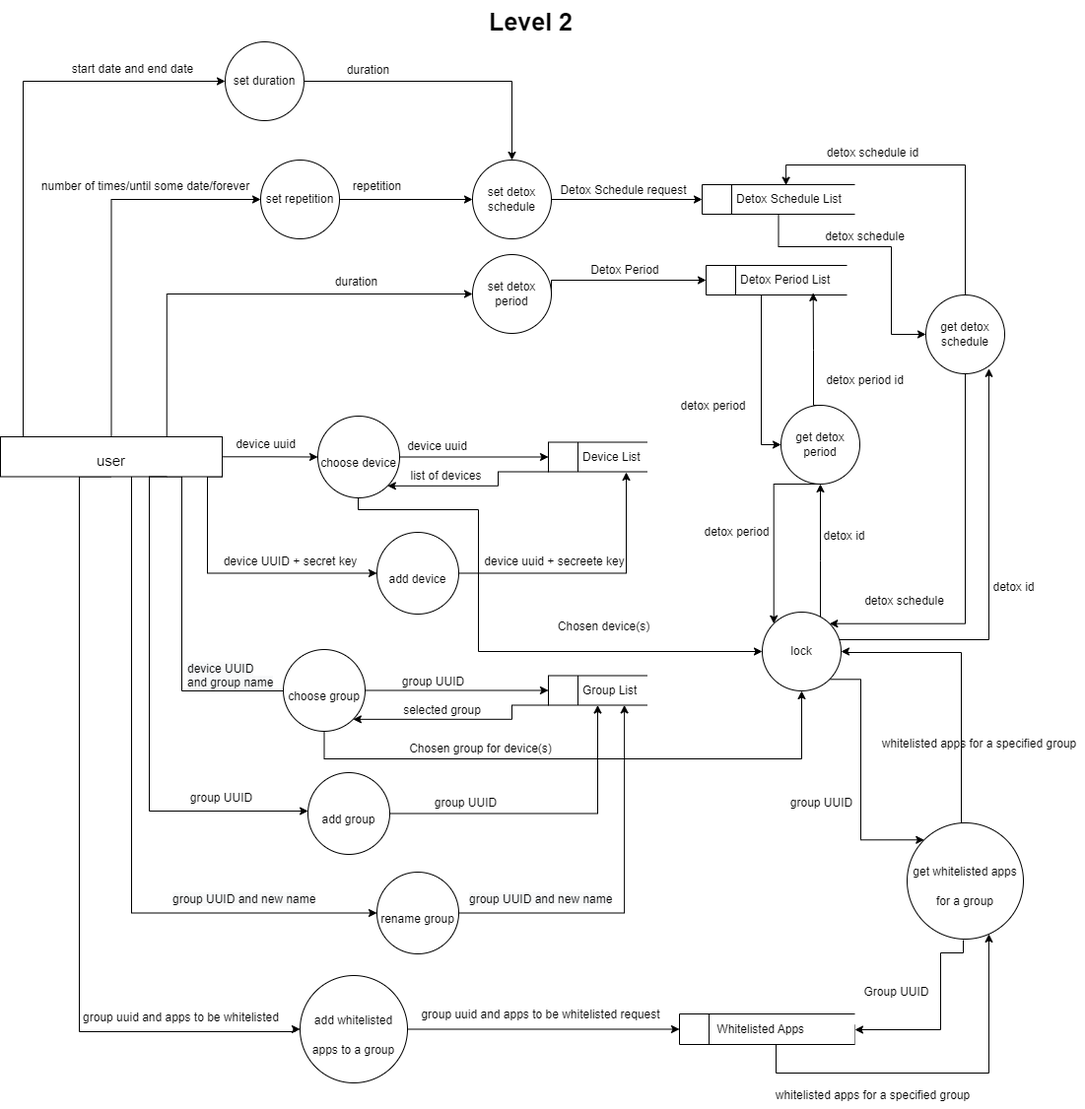
mohamed-sallam/awb-docs keeps this draw.io diagram as SRS/imgs/DFD-Data Flow Diagram level 2.drawio.png. Above is the earlier version. Source tidied: cells renumbered, new cells last; positions are measured from the earlier drawing's top-left corner, leaving out a move shared by most shapes.
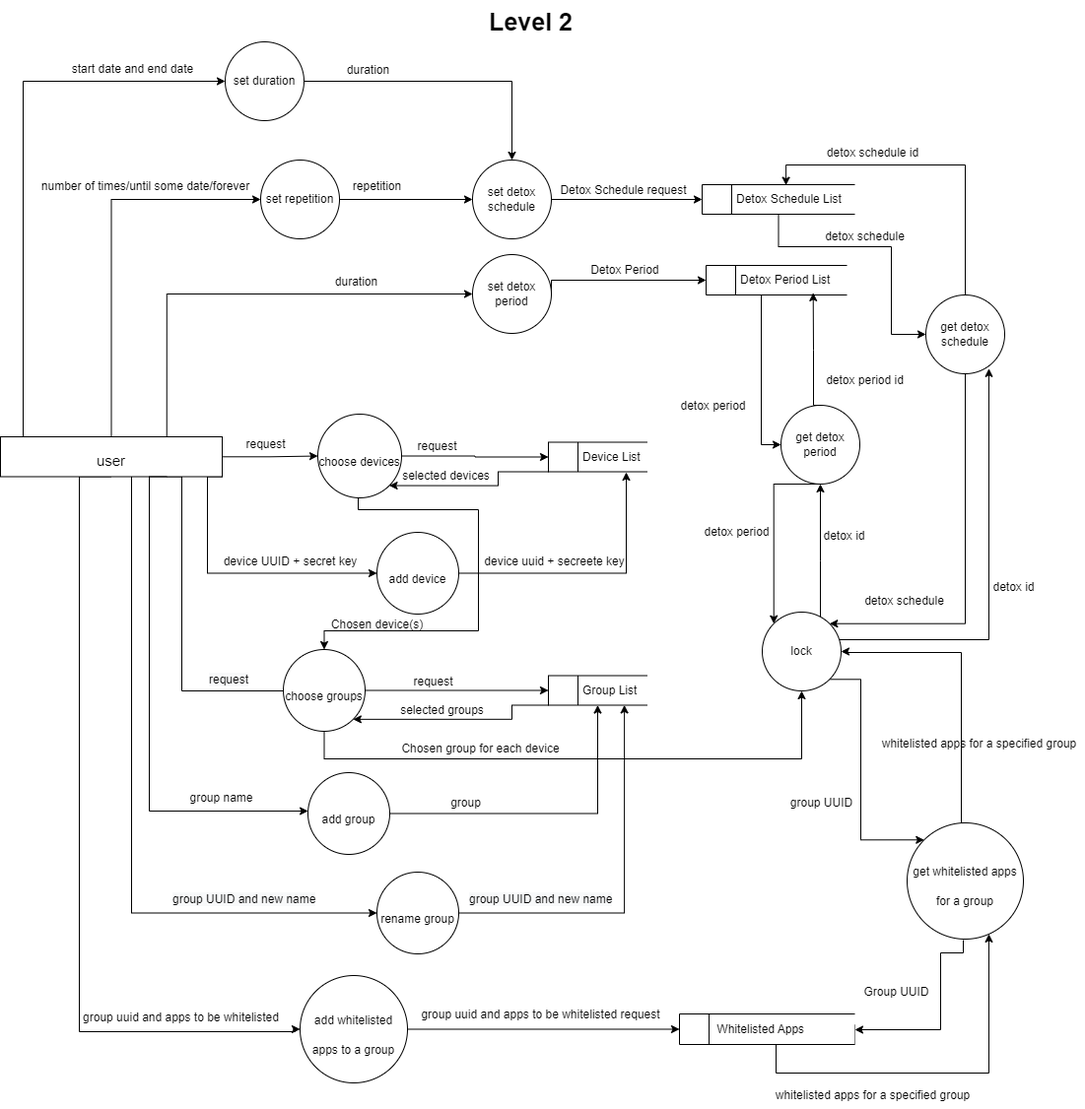
Above is the later version.

Commit message:
srs/diagram/39/refactor_data_flow_diagram: final edit

What changed in the source:
```diff
@@ -5,19 +5,20 @@
     <mxCell id="2" style="edgeStyle=orthogonalEdgeStyle;rounded=0;jettySize=auto;html=1;fontSize=12;" parent="1" edge="1" source="4" target="16">
       <mxGeometry relative="1" as="geometry" />
     </mxCell>
-    <mxCell id="3" style="edgeStyle=orthogonalEdgeStyle;rounded=0;jettySize=auto;html=1;exitX=0;exitY=1;exitDx=0;exitDy=0;entryX=0;entryY=0.5;entryDx=0;entryDy=0;fontSize=12;" parent="1" edge="1" target="45">
+    <mxCell id="3" style="edgeStyle=orthogonalEdgeStyle;rounded=0;jettySize=auto;html=1;exitX=0;exitY=1;exitDx=0;exitDy=0;entryX=0.5;entryY=0;entryDx=0;entryDy=0;fontSize=12;" parent="1" edge="1" target="28">
       <mxGeometry relative="1" as="geometry">
         <mxPoint x="337.2" y="492.8" as="sourcePoint" />
         <Array as="points">
           <mxPoint x="363" y="493" />
           <mxPoint x="363" y="517" />
           <mxPoint x="485" y="517" />
-          <mxPoint x="485" y="661" />
+          <mxPoint x="485" y="640" />
+          <mxPoint x="328" y="640" />
         </Array>
       </mxGeometry>
     </mxCell>
-    <mxCell id="4" value="&lt;span style=&quot;font-size: 12px;&quot;&gt;choose device&lt;/span&gt;" style="ellipse;whiteSpace=wrap;html=1;fontSize=25;align=center;" parent="1" vertex="1">
-      <mxGeometry x="322" y="422" width="83" height="83" as="geometry" />
+    <mxCell id="4" value="&lt;span style=&quot;font-size: 12px;&quot;&gt;choose devices&lt;/span&gt;" style="ellipse;whiteSpace=wrap;html=1;fontSize=25;align=center;" parent="1" vertex="1">
+      <mxGeometry x="322" y="420" width="85" height="85" as="geometry" />
     </mxCell>
     <mxCell id="5" style="edgeStyle=orthogonalEdgeStyle;rounded=0;jettySize=auto;html=1;fontSize=12;" parent="1" edge="1" source="13" target="4">
       <mxGeometry relative="1" as="geometry" />
@@ -73,8 +74,8 @@
     <mxCell id="13" value="&lt;font style=&quot;font-size: 15px;&quot;&gt;user&lt;/font&gt;" style="rounded=0;whiteSpace=wrap;html=1;fontSize=25;" parent="1" vertex="1">
       <mxGeometry y="443" width="225" height="40.5" as="geometry" />
     </mxCell>
-    <mxCell id="14" value="device uuid" style="text;html=1;align=center;verticalAlign=middle;strokeColor=none;fillColor=none;fontSize=12;" parent="1" vertex="1">
-      <mxGeometry x="229" y="438" width="79" height="26" as="geometry" />
+    <mxCell id="14" value="request" style="text;html=1;align=center;verticalAlign=middle;strokeColor=none;fillColor=none;fontSize=12;" parent="1" vertex="1">
+      <mxGeometry x="239" y="436" width="60" height="30" as="geometry" />
     </mxCell>
     <mxCell id="15" style="edgeStyle=orthogonalEdgeStyle;rounded=0;jettySize=auto;html=1;exitX=0;exitY=1;exitDx=0;exitDy=0;entryX=1;entryY=1;entryDx=0;entryDy=0;fontSize=12;" parent="1" edge="1" source="16" target="4">
       <mxGeometry relative="1" as="geometry">
@@ -87,11 +88,11 @@
     <mxCell id="16" value="&lt;span style=&quot;white-space: pre;&quot;&gt;&#9;&lt;/span&gt;&amp;nbsp;Device List" style="html=1;dashed=0;whitespace=wrap;shape=mxgraph.dfd.dataStoreID;align=left;spacingLeft=3;points=[[0,0],[0.5,0],[1,0],[0,0.5],[1,0.5],[0,1],[0.5,1],[1,1]];fontSize=12;" parent="1" vertex="1">
       <mxGeometry x="556" y="448.5" width="100" height="30" as="geometry" />
     </mxCell>
-    <mxCell id="17" value="device uuid" style="text;html=1;align=center;verticalAlign=middle;strokeColor=none;fillColor=none;fontSize=12;" parent="1" vertex="1">
-      <mxGeometry x="403" y="440" width="79" height="26" as="geometry" />
+    <mxCell id="17" value="request" style="text;html=1;align=center;verticalAlign=middle;strokeColor=none;fillColor=none;fontSize=12;" parent="1" vertex="1">
+      <mxGeometry x="413" y="438" width="60" height="30" as="geometry" />
     </mxCell>
-    <mxCell id="18" value="list of devices" style="text;html=1;align=center;verticalAlign=middle;strokeColor=none;fillColor=none;fontSize=12;" parent="1" vertex="1">
-      <mxGeometry x="407" y="470" width="90" height="26" as="geometry" />
+    <mxCell id="18" value="selected devices" style="text;html=1;align=center;verticalAlign=middle;strokeColor=none;fillColor=none;fontSize=12;" parent="1" vertex="1">
+      <mxGeometry x="397" y="468" width="110" height="30" as="geometry" />
     </mxCell>
     <mxCell id="19" style="edgeStyle=orthogonalEdgeStyle;rounded=0;jettySize=auto;html=1;fontSize=12;" parent="1" edge="1" source="20" target="23">
       <mxGeometry relative="1" as="geometry" />
@@ -137,7 +138,7 @@
         </Array>
       </mxGeometry>
     </mxCell>
-    <mxCell id="28" value="&lt;span style=&quot;font-size: 12px;&quot;&gt;choose group&lt;/span&gt;" style="ellipse;whiteSpace=wrap;html=1;fontSize=25;align=center;" parent="1" vertex="1">
+    <mxCell id="28" value="&lt;span style=&quot;font-size: 12px;&quot;&gt;choose groups&lt;/span&gt;" style="ellipse;whiteSpace=wrap;html=1;fontSize=25;align=center;" parent="1" vertex="1">
       <mxGeometry x="287" y="659" width="83" height="83" as="geometry" />
     </mxCell>
     <mxCell id="29" style="edgeStyle=orthogonalEdgeStyle;rounded=0;jettySize=auto;html=1;exitX=0;exitY=1;exitDx=0;exitDy=0;entryX=1;entryY=1;entryDx=0;entryDy=0;fontSize=12;" parent="1" edge="1" source="30" target="28">
@@ -151,14 +152,14 @@
     <mxCell id="30" value="&lt;span style=&quot;white-space: pre;&quot;&gt;&#9;&lt;/span&gt;&amp;nbsp;Group List" style="html=1;dashed=0;whitespace=wrap;shape=mxgraph.dfd.dataStoreID;align=left;spacingLeft=3;points=[[0,0],[0.5,0],[1,0],[0,0.5],[1,0.5],[0,1],[0.5,1],[1,1]];fontSize=12;" parent="1" vertex="1">
       <mxGeometry x="556" y="685.5" width="100" height="30" as="geometry" />
     </mxCell>
-    <mxCell id="31" value="group UUID" style="text;html=1;align=center;verticalAlign=middle;strokeColor=none;fillColor=none;fontSize=12;" parent="1" vertex="1">
-      <mxGeometry x="398" y="679" width="81" height="26" as="geometry" />
+    <mxCell id="31" value="request" style="text;html=1;align=center;verticalAlign=middle;strokeColor=none;fillColor=none;fontSize=12;" parent="1" vertex="1">
+      <mxGeometry x="409" y="677" width="60" height="30" as="geometry" />
     </mxCell>
-    <mxCell id="32" value="selected group" style="text;html=1;align=center;verticalAlign=middle;strokeColor=none;fillColor=none;fontSize=12;" parent="1" vertex="1">
-      <mxGeometry x="399" y="708" width="97" height="26" as="geometry" />
+    <mxCell id="32" value="selected groups" style="text;html=1;align=center;verticalAlign=middle;strokeColor=none;fillColor=none;fontSize=12;" parent="1" vertex="1">
+      <mxGeometry x="393" y="706" width="110" height="30" as="geometry" />
     </mxCell>
-    <mxCell id="33" value="Chosen group for device(s)" style="text;html=1;align=center;verticalAlign=middle;strokeColor=none;fillColor=none;fontSize=12;" parent="1" vertex="1">
-      <mxGeometry x="405" y="747" width="163" height="26" as="geometry" />
+    <mxCell id="33" value="Chosen group for each device" style="text;html=1;align=center;verticalAlign=middle;strokeColor=none;fillColor=none;fontSize=12;" parent="1" vertex="1">
+      <mxGeometry x="397" y="745" width="180" height="30" as="geometry" />
     </mxCell>
     <mxCell id="34" style="edgeStyle=orthogonalEdgeStyle;rounded=0;jettySize=auto;html=1;exitX=1;exitY=0.5;exitDx=0;exitDy=0;entryX=0.5;entryY=1;entryDx=0;entryDy=0;fontSize=12;" parent="1" edge="1" source="35" target="30">
       <mxGeometry relative="1" as="geometry" />
@@ -166,11 +167,11 @@
     <mxCell id="35" value="&lt;span style=&quot;font-size: 12px;&quot;&gt;add group&lt;/span&gt;" style="ellipse;whiteSpace=wrap;html=1;fontSize=25;align=center;" parent="1" vertex="1">
       <mxGeometry x="312" y="784" width="83" height="83" as="geometry" />
     </mxCell>
-    <mxCell id="36" value="group UUID" style="text;html=1;align=center;verticalAlign=middle;strokeColor=none;fillColor=none;fontSize=12;" parent="1" vertex="1">
-      <mxGeometry x="183" y="797" width="81" height="26" as="geometry" />
+    <mxCell id="36" value="group name" style="text;html=1;align=center;verticalAlign=middle;strokeColor=none;fillColor=none;fontSize=12;" parent="1" vertex="1">
+      <mxGeometry x="179" y="795" width="90" height="30" as="geometry" />
     </mxCell>
-    <mxCell id="37" value="group UUID" style="text;html=1;align=center;verticalAlign=middle;strokeColor=none;fillColor=none;fontSize=12;" parent="1" vertex="1">
-      <mxGeometry x="431" y="802" width="81" height="26" as="geometry" />
+    <mxCell id="37" value="group" style="text;html=1;align=center;verticalAlign=middle;strokeColor=none;fillColor=none;fontSize=12;" parent="1" vertex="1">
+      <mxGeometry x="447" y="800" width="50" height="30" as="geometry" />
     </mxCell>
     <mxCell id="38" style="edgeStyle=orthogonalEdgeStyle;rounded=0;jettySize=auto;html=1;fontSize=12;" parent="1" edge="1" source="39">
       <mxGeometry relative="1" as="geometry">
@@ -216,7 +217,7 @@
       <mxGeometry x="773" y="621" width="80" height="80" as="geometry" />
     </mxCell>
     <mxCell id="46" value="Chosen device(s)" style="text;html=1;align=center;verticalAlign=middle;strokeColor=none;fillColor=none;fontSize=12;" parent="1" vertex="1">
-      <mxGeometry x="556" y="623" width="111" height="26" as="geometry" />
+      <mxGeometry x="326" y="621" width="111" height="26" as="geometry" />
     </mxCell>
     <mxCell id="47" style="edgeStyle=orthogonalEdgeStyle;rounded=0;jettySize=auto;html=1;exitX=1;exitY=0.5;exitDx=0;exitDy=0;entryX=0;entryY=0.5;entryDx=0;entryDy=0;fontSize=12;" parent="1" edge="1" source="48" target="68">
       <mxGeometry relative="1" as="geometry">
@@ -399,8 +400,8 @@
     <mxCell id="91" value="&lt;span style=&quot;color: rgb(0, 0, 0); font-family: Helvetica; font-size: 12px; font-style: normal; font-variant-ligatures: normal; font-variant-caps: normal; font-weight: 400; letter-spacing: normal; orphans: 2; text-align: center; text-indent: 0px; text-transform: none; widows: 2; word-spacing: 0px; -webkit-text-stroke-width: 0px; background-color: rgb(248, 249, 250); text-decoration-thickness: initial; text-decoration-style: initial; text-decoration-color: initial; float: none; display: inline !important;&quot;&gt;group UUID and new name&lt;/span&gt;" style="text;whiteSpace=wrap;html=1;" parent="1" vertex="1">
       <mxGeometry x="474" y="899" width="163" height="36" as="geometry" />
     </mxCell>
-    <mxCell id="92" value="&lt;span style=&quot;color: rgb(0, 0, 0); font-family: Helvetica; font-size: 12px; font-style: normal; font-variant-ligatures: normal; font-variant-caps: normal; font-weight: 400; letter-spacing: normal; orphans: 2; text-align: center; text-indent: 0px; text-transform: none; widows: 2; word-spacing: 0px; -webkit-text-stroke-width: 0px; background-color: rgb(248, 249, 250); text-decoration-thickness: initial; text-decoration-style: initial; text-decoration-color: initial; float: none; display: inline !important;&quot;&gt;device UUID and group name&lt;/span&gt;" style="text;whiteSpace=wrap;html=1;" parent="1" vertex="1">
-      <mxGeometry x="188" y="665" width="90" height="40" as="geometry" />
+    <mxCell id="92" value="&lt;span style=&quot;color: rgb(0, 0, 0); font-family: Helvetica; font-size: 12px; font-style: normal; font-variant-ligatures: normal; font-variant-caps: normal; font-weight: 400; letter-spacing: normal; orphans: 2; text-align: center; text-indent: 0px; text-transform: none; widows: 2; word-spacing: 0px; -webkit-text-stroke-width: 0px; background-color: rgb(248, 249, 250); text-decoration-thickness: initial; text-decoration-style: initial; text-decoration-color: initial; float: none; display: inline !important;&quot;&gt;request&lt;/span&gt;" style="text;whiteSpace=wrap;html=1;" parent="1" vertex="1">
+      <mxGeometry x="209.5" y="675.5" width="58.5" height="24.5" as="geometry" />
     </mxCell>
   </root>
 </mxGraphModel>
```
